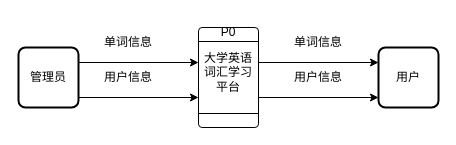
13593227471/HelloGitHub keeps this draw.io diagram as page "第 3 页" (3 of 9) of 功能模块图.drawio. Above is the earlier version. Source tidied: cells renumbered, new cells numbered last; positions are measured from the earlier drawing's top-left corner, leaving out a move shared by most shapes. Both pictures are drawn from the tidied source at 100%, with x=0, y=0 at pixel (18, 17).
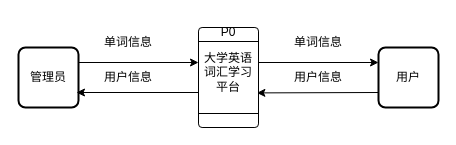
The same diagram, later.

Change to the diagram source:
```diff
@@
 <mxGraphModel>
   <root>
     <mxCell id="0" />
     <mxCell id="1" parent="0" />
     <mxCell id="2" value="管理员" style="rounded=1;whiteSpace=wrap;html=1;absoluteArcSize=1;arcSize=14;strokeWidth=2;" parent="1" vertex="1">
       <mxGeometry y="30" width="60" height="60" as="geometry" />
     </mxCell>
     <mxCell id="3" style="endArrow=classic;html=1;rounded=0;exitX=1;exitY=0.25;exitDx=0;exitDy=0;" parent="1" edge="1" source="2">
       <mxGeometry relative="1" as="geometry">
         <mxPoint x="180" y="45" as="targetPoint" />
       </mxGeometry>
     </mxCell>
-    <mxCell id="4" style="endArrow=classic;html=1;rounded=0;exitX=1;exitY=0.25;exitDx=0;exitDy=0;" parent="1" edge="1">
-      <mxGeometry relative="1" as="geometry">
-        <mxPoint x="60" y="80" as="sourcePoint" />
-        <mxPoint x="180" y="80" as="targetPoint" />
-      </mxGeometry>
-    </mxCell>
-    <mxCell id="5" style="endArrow=classic;html=1;rounded=0;exitX=1;exitY=0.25;exitDx=0;exitDy=0;" parent="1" edge="1">
-      <mxGeometry relative="1" as="geometry">
-        <mxPoint x="240" y="80" as="sourcePoint" />
-        <mxPoint x="360" y="80" as="targetPoint" />
-      </mxGeometry>
-    </mxCell>
     <mxCell id="6" style="endArrow=classic;html=1;rounded=0;exitX=1;exitY=0.25;exitDx=0;exitDy=0;" parent="1" edge="1">
       <mxGeometry relative="1" as="geometry">
         <mxPoint x="240" y="45" as="sourcePoint" />
         <mxPoint x="360" y="45" as="targetPoint" />
       </mxGeometry>
     </mxCell>
     <mxCell id="7" value="单词信息" style="text;html=1;strokeColor=none;fillColor=none;align=center;verticalAlign=middle;whiteSpace=wrap;rounded=0;" parent="1" vertex="1">
       <mxGeometry x="80" y="10" width="60" height="30" as="geometry" />
     </mxCell>
     <mxCell id="8" value="用户信息" style="text;html=1;strokeColor=none;fillColor=none;align=center;verticalAlign=middle;whiteSpace=wrap;rounded=0;" parent="1" vertex="1">
       <mxGeometry x="80" y="45" width="60" height="30" as="geometry" />
     </mxCell>
     <mxCell id="9" style="verticalLabelPosition=bottom;verticalAlign=top;html=1;shape=process;whiteSpace=wrap;rounded=1;size=0.14;arcSize=6;rotation=-90;" parent="1" vertex="1">
       <mxGeometry x="160" y="30" width="100" height="60" as="geometry" />
     </mxCell>
     <mxCell id="10" value="P0" style="text;html=1;strokeColor=none;fillColor=none;align=center;verticalAlign=middle;whiteSpace=wrap;rounded=0;" parent="1" vertex="1">
       <mxGeometry x="180" width="60" height="30" as="geometry" />
     </mxCell>
     <mxCell id="11" value="大学英语词汇学习平台" style="text;html=1;strokeColor=none;fillColor=none;align=center;verticalAlign=middle;whiteSpace=wrap;rounded=0;" parent="1" vertex="1">
       <mxGeometry x="180" y="40" width="60" height="30" as="geometry" />
     </mxCell>
     <mxCell id="12" value="单词信息" style="text;html=1;strokeColor=none;fillColor=none;align=center;verticalAlign=middle;whiteSpace=wrap;rounded=0;" parent="1" vertex="1">
       <mxGeometry x="270" y="10" width="60" height="30" as="geometry" />
     </mxCell>
     <mxCell id="13" value="用户信息" style="text;html=1;strokeColor=none;fillColor=none;align=center;verticalAlign=middle;whiteSpace=wrap;rounded=0;" parent="1" vertex="1">
       <mxGeometry x="270" y="45" width="60" height="30" as="geometry" />
     </mxCell>
     <mxCell id="14" value="用户" style="rounded=1;whiteSpace=wrap;html=1;absoluteArcSize=1;arcSize=14;strokeWidth=2;" parent="1" vertex="1">
       <mxGeometry x="360" y="30" width="60" height="60" as="geometry" />
     </mxCell>
+    <mxCell id="15" style="endArrow=classic;html=1;rounded=0;exitX=0;exitY=0.75;exitDx=0;exitDy=0;entryX=0.346;entryY=0.973;entryDx=0;entryDy=0;entryPerimeter=0;" parent="1" edge="1" source="14" target="9">
+      <mxGeometry relative="1" as="geometry" />
+    </mxCell>
+    <mxCell id="16" style="endArrow=classic;html=1;rounded=0;exitX=0;exitY=0.75;exitDx=0;exitDy=0;entryX=0.346;entryY=0.973;entryDx=0;entryDy=0;entryPerimeter=0;" parent="1" edge="1">
+      <mxGeometry relative="1" as="geometry">
+        <mxPoint x="180" y="75" as="sourcePoint" />
+        <mxPoint x="58" y="75" as="targetPoint" />
+      </mxGeometry>
+    </mxCell>
   </root>
 </mxGraphModel>
```
